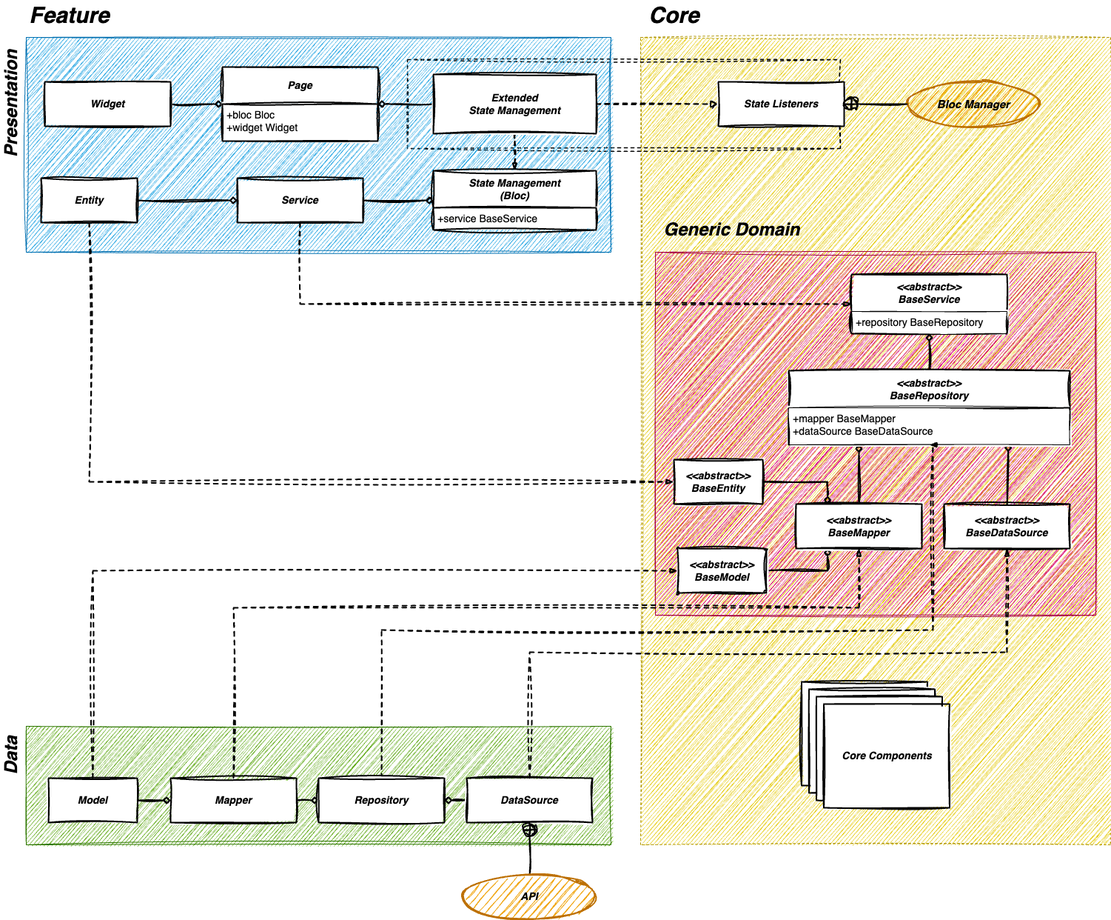
This is architecture_generic_domain.drawio.png from hamed-rezaee/flutter_component_architecture_poc, a draw.io export, as it was before one commit. Source tidied: cells renumbered, new cells last; positions are measured from the earlier drawing's top-left corner, leaving out a move shared by most shapes.
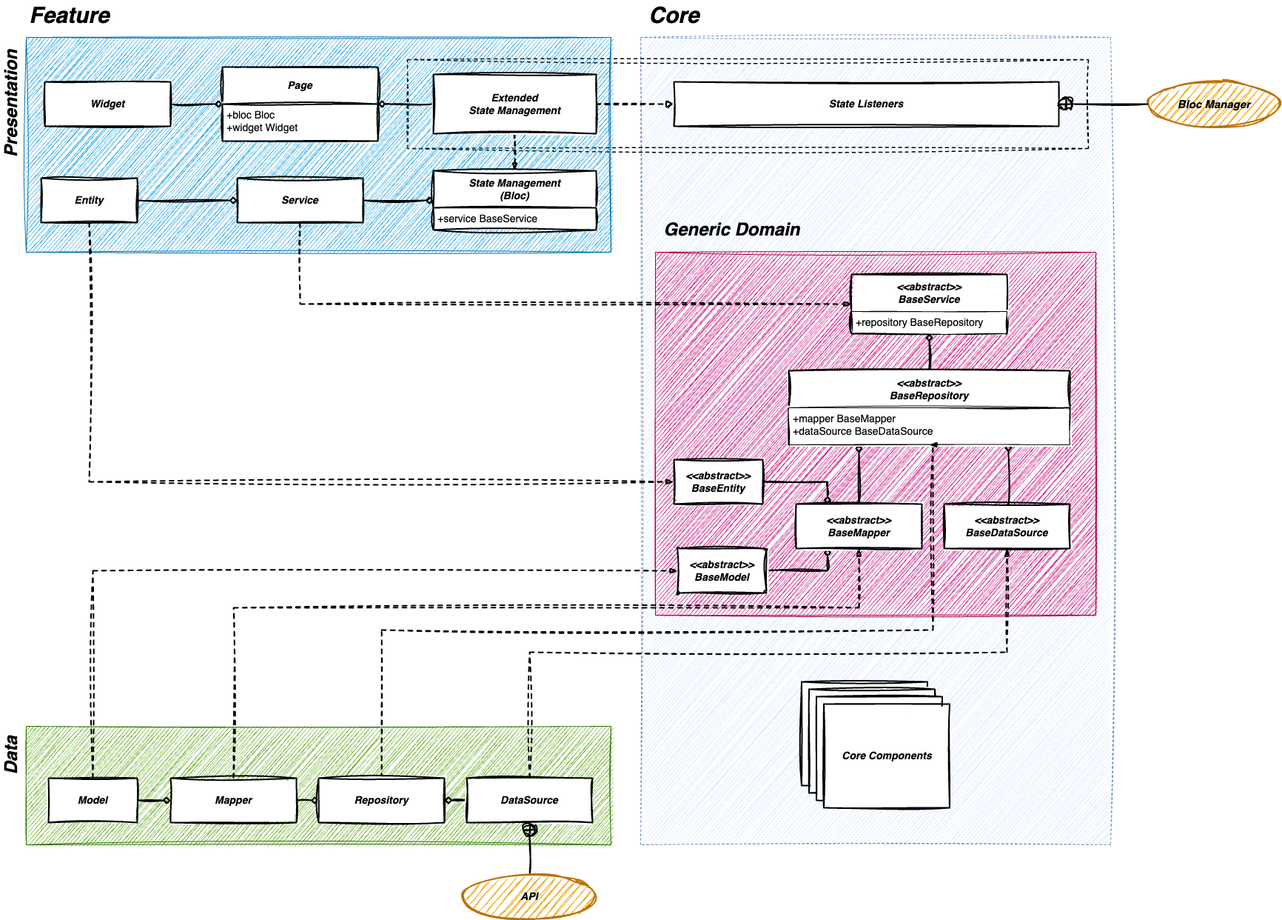
Later version of the same file.

Diff of the diagram source:
```diff
@@ -2,11 +2,11 @@
   <root>
     <mxCell id="0" />
     <mxCell id="1" parent="0" />
-    <mxCell id="2" style="rounded=0;whiteSpace=wrap;html=1;sketch=1;curveFitting=1;jiggle=2;dashed=1;fillColor=#e3c800;fontColor=#000000;strokeColor=#B09500;" parent="1" vertex="1">
+    <mxCell id="2" style="rounded=0;whiteSpace=wrap;html=1;sketch=1;curveFitting=1;jiggle=2;dashed=1;fillColor=#dae8fc;strokeColor=#6c8ebf;" parent="1" vertex="1">
       <mxGeometry x="865" y="50" width="635" height="1090" as="geometry" />
     </mxCell>
     <mxCell id="3" style="rounded=0;whiteSpace=wrap;html=1;dashed=1;shadow=0;glass=0;fillColor=none;sketch=1;curveFitting=1;jiggle=2;strokeWidth=1.5;perimeterSpacing=1;strokeColor=#000000;" parent="1" vertex="1">
-      <mxGeometry x="550" y="80" width="585" height="120" as="geometry" />
+      <mxGeometry x="550" y="80" width="920" height="120" as="geometry" />
     </mxCell>
     <mxCell id="4" style="rounded=0;whiteSpace=wrap;html=1;fillColor=#1ba1e2;strokeColor=#006EAF;sketch=1;curveFitting=1;jiggle=2;fontColor=#ffffff;" parent="1" vertex="1">
       <mxGeometry x="35" y="50" width="790" height="290" as="geometry" />
@@ -172,13 +172,13 @@
       <mxGeometry x="585" y="100" width="220" height="80" as="geometry" />
     </mxCell>
     <mxCell id="45" value="&lt;font style=&quot;font-size: 15px;&quot;&gt;&lt;i&gt;Bloc Manager&lt;/i&gt;&lt;/font&gt;" style="ellipse;whiteSpace=wrap;html=1;fontStyle=1;fontSize=12;fillColor=#f0a30a;strokeColor=#BD7000;sketch=1;curveFitting=1;jiggle=2;strokeWidth=2;fontColor=#000000;" parent="1" vertex="1">
-      <mxGeometry x="1225" y="110" width="180" height="60" as="geometry" />
+      <mxGeometry x="1550" y="110" width="180" height="60" as="geometry" />
     </mxCell>
     <mxCell id="46" style="edgeStyle=orthogonalEdgeStyle;rounded=0;jettySize=auto;html=1;entryX=0;entryY=0.5;entryDx=0;entryDy=0;sketch=1;curveFitting=1;jiggle=2;endArrow=block;endFill=1;dashed=1;strokeWidth=2;exitX=1;exitY=0.5;exitDx=0;exitDy=0;" parent="1" edge="1" source="44" target="47">
       <mxGeometry relative="1" as="geometry" />
     </mxCell>
     <mxCell id="47" value="&lt;b&gt;&lt;i&gt;&lt;font style=&quot;font-size: 14px;&quot;&gt;State Listeners&lt;br&gt;&lt;/font&gt;&lt;/i&gt;&lt;/b&gt;" style="rounded=0;whiteSpace=wrap;html=1;sketch=1;curveFitting=1;jiggle=2;fontSize=14;fontStyle=0;startSize=50;strokeWidth=2;shadow=0;dashed=0;arcSize=4;" parent="1" vertex="1">
-      <mxGeometry x="970" y="110" width="170" height="60" as="geometry" />
+      <mxGeometry x="910" y="110" width="520" height="60" as="geometry" />
     </mxCell>
     <mxCell id="48" style="edgeStyle=orthogonalEdgeStyle;rounded=0;jettySize=auto;html=1;exitX=0;exitY=0.5;exitDx=0;exitDy=0;endArrow=circlePlus;endFill=0;sketch=1;curveFitting=1;jiggle=2;entryX=1;entryY=0.5;entryDx=0;entryDy=0;strokeWidth=2;" parent="1" edge="1" source="45" target="47">
       <mxGeometry relative="1" as="geometry" />
```
